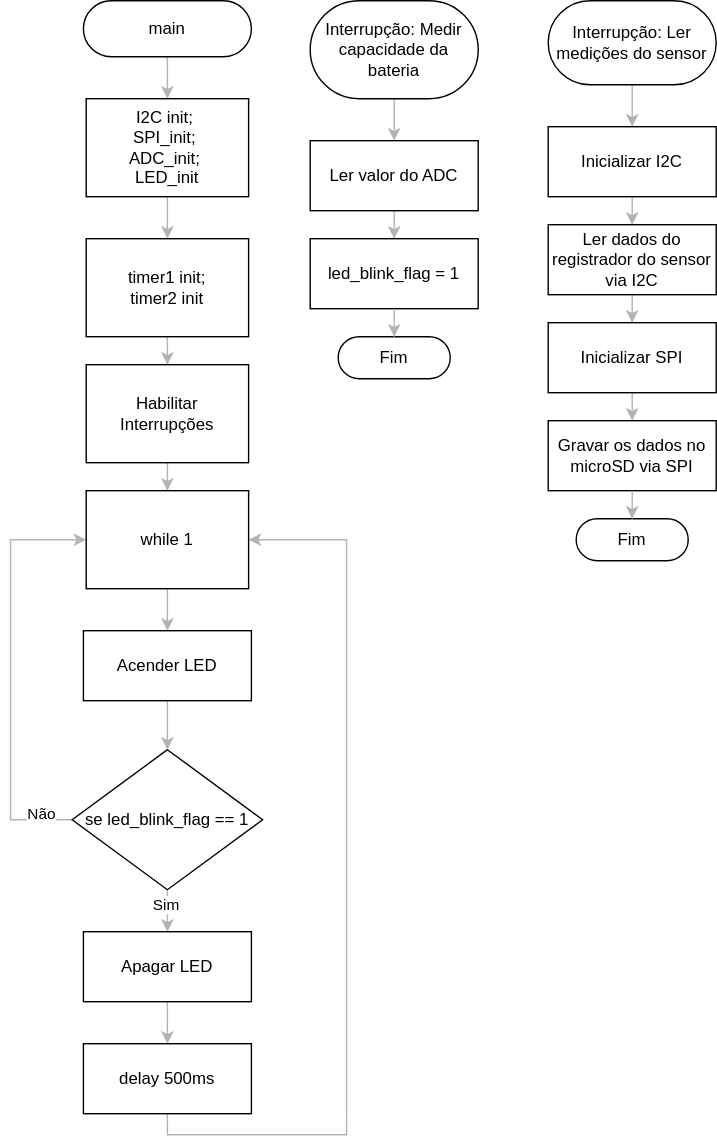
Before: projetos/tennistracker/images/fluxchart_int.svg, a diagram exported from draw.io (teaching-FEEC/ea075-2024.1). Source tidied: cells renumbered, new cells last; positions are measured from the earlier drawing's top-left corner, leaving out a move shared by most shapes.
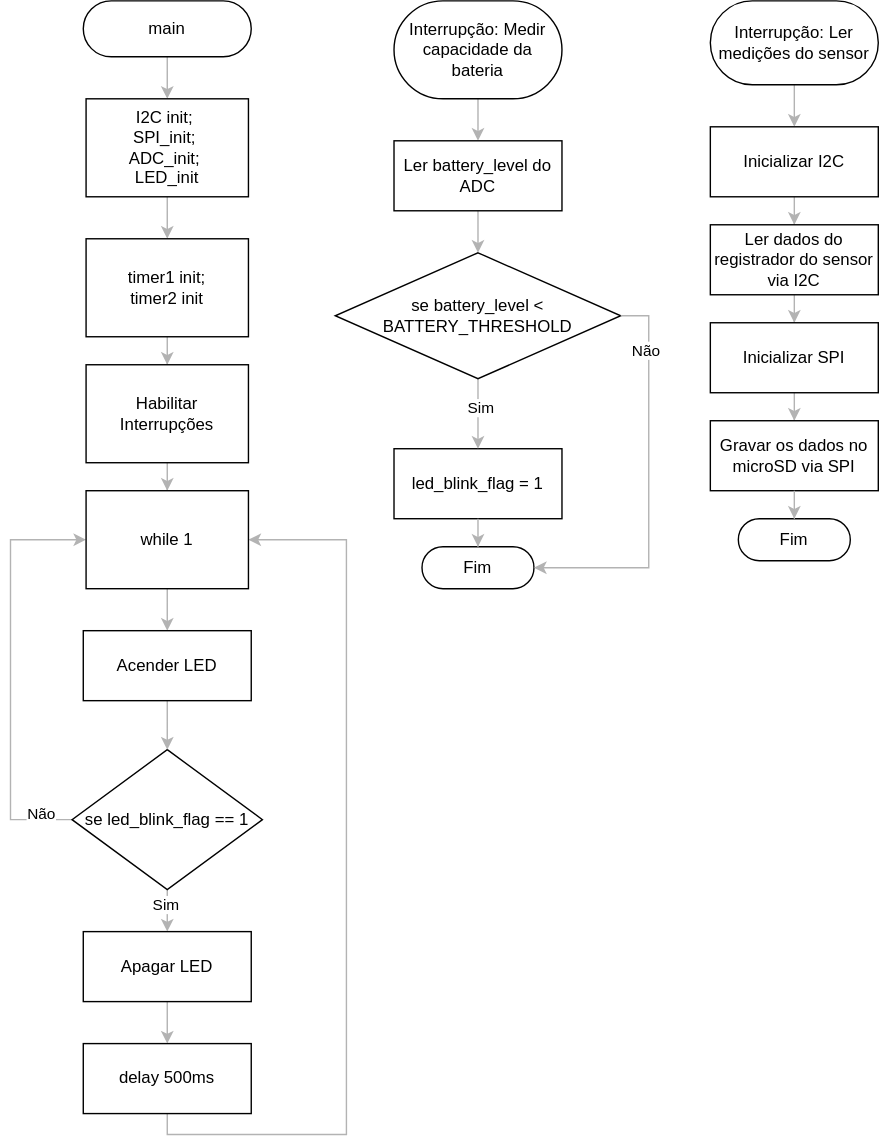
After the commit.

What changed in the source:
```diff
@@ -6,49 +6,49 @@
       <mxGeometry relative="1" as="geometry" />
     </mxCell>
     <mxCell id="3" value="Interrupção: Medir capacidade da bateria" style="html=1;dashed=0;whiteSpace=wrap;shape=mxgraph.dfd.start;" parent="1" vertex="1">
-      <mxGeometry x="214" width="120" height="70" as="geometry" />
+      <mxGeometry x="274" width="120" height="70" as="geometry" />
     </mxCell>
-    <mxCell id="4" style="edgeStyle=orthogonalEdgeStyle;rounded=0;jettySize=auto;html=1;entryX=0.5;entryY=0;entryDx=0;entryDy=0;strokeColor=#B3B3B3;" parent="1" edge="1" source="5" target="6">
-      <mxGeometry relative="1" as="geometry" />
-    </mxCell>
+    <mxCell id="41" style="edgeStyle=orthogonalEdgeStyle;rounded=0;jettySize=auto;html=1;entryX=0.5;entryY=0;entryDx=0;entryDy=0;strokeColor=#B3B3B3;" parent="1" edge="1" source="5" target="44">
+      <mxGeometry relative="1" as="geometry" />
+    </mxCell>
-    <mxCell id="5" value="Ler valor do ADC" style="html=1;dashed=0;whiteSpace=wrap;" parent="1" vertex="1">
-      <mxGeometry x="214" y="100" width="120" height="50" as="geometry" />
+    <mxCell id="5" value="Ler battery_level do ADC" style="html=1;dashed=0;whiteSpace=wrap;" parent="1" vertex="1">
+      <mxGeometry x="274" y="100" width="120" height="50" as="geometry" />
     </mxCell>
     <mxCell id="6" value="led_blink_flag = 1" style="html=1;dashed=0;whiteSpace=wrap;" parent="1" vertex="1">
-      <mxGeometry x="214" y="170" width="120" height="50" as="geometry" />
+      <mxGeometry x="274" y="320" width="120" height="50" as="geometry" />
     </mxCell>
     <mxCell id="7" value="Fim" style="html=1;dashed=0;whiteSpace=wrap;shape=mxgraph.dfd.start;" parent="1" vertex="1">
-      <mxGeometry x="234" y="240" width="80" height="30" as="geometry" />
+      <mxGeometry x="294" y="390" width="80" height="30" as="geometry" />
     </mxCell>
     <mxCell id="8" style="edgeStyle=orthogonalEdgeStyle;rounded=0;jettySize=auto;html=1;entryX=0.5;entryY=0;entryDx=0;entryDy=0;strokeColor=#B3B3B3;" parent="1" edge="1" source="9" target="11">
       <mxGeometry relative="1" as="geometry" />
     </mxCell>
     <mxCell id="9" value="Interrupção: Ler medições do sensor" style="html=1;dashed=0;whiteSpace=wrap;shape=mxgraph.dfd.start;" parent="1" vertex="1">
-      <mxGeometry x="384" width="120" height="60" as="geometry" />
+      <mxGeometry x="500" width="120" height="60" as="geometry" />
     </mxCell>
     <mxCell id="10" style="edgeStyle=orthogonalEdgeStyle;rounded=0;jettySize=auto;html=1;entryX=0.5;entryY=0;entryDx=0;entryDy=0;strokeColor=#B3B3B3;" parent="1" edge="1" source="11" target="13">
       <mxGeometry relative="1" as="geometry" />
     </mxCell>
     <mxCell id="11" value="Inicializar I2C" style="html=1;dashed=0;whiteSpace=wrap;" parent="1" vertex="1">
-      <mxGeometry x="384" y="90" width="120" height="50" as="geometry" />
+      <mxGeometry x="500" y="90" width="120" height="50" as="geometry" />
     </mxCell>
     <mxCell id="12" style="edgeStyle=orthogonalEdgeStyle;rounded=0;jettySize=auto;html=1;entryX=0.5;entryY=0;entryDx=0;entryDy=0;strokeColor=#B3B3B3;" parent="1" edge="1" source="13" target="16">
       <mxGeometry relative="1" as="geometry" />
     </mxCell>
     <mxCell id="13" value="Ler dados do registrador do sensor via I2C" style="html=1;dashed=0;whiteSpace=wrap;" parent="1" vertex="1">
-      <mxGeometry x="384" y="160" width="120" height="50" as="geometry" />
+      <mxGeometry x="500" y="160" width="120" height="50" as="geometry" />
     </mxCell>
     <mxCell id="14" value="Fim" style="html=1;dashed=0;whiteSpace=wrap;shape=mxgraph.dfd.start;" parent="1" vertex="1">
-      <mxGeometry x="404" y="370" width="80" height="30" as="geometry" />
+      <mxGeometry x="520" y="370" width="80" height="30" as="geometry" />
     </mxCell>
     <mxCell id="15" style="edgeStyle=orthogonalEdgeStyle;rounded=0;jettySize=auto;html=1;entryX=0.5;entryY=0;entryDx=0;entryDy=0;strokeColor=#B3B3B3;" parent="1" edge="1" source="16" target="17">
       <mxGeometry relative="1" as="geometry" />
     </mxCell>
     <mxCell id="16" value="Inicializar SPI" style="html=1;dashed=0;whiteSpace=wrap;" parent="1" vertex="1">
-      <mxGeometry x="384" y="230" width="120" height="50" as="geometry" />
+      <mxGeometry x="500" y="230" width="120" height="50" as="geometry" />
     </mxCell>
     <mxCell id="17" value="Gravar os dados no microSD via SPI" style="html=1;dashed=0;whiteSpace=wrap;" parent="1" vertex="1">
-      <mxGeometry x="384" y="300" width="120" height="50" as="geometry" />
+      <mxGeometry x="500" y="300" width="120" height="50" as="geometry" />
     </mxCell>
     <mxCell id="18" style="edgeStyle=orthogonalEdgeStyle;rounded=0;jettySize=auto;html=1;entryX=0.5;entryY=0;entryDx=0;entryDy=0;strokeColor=#B3B3B3;" parent="1" edge="1" source="19" target="32">
       <mxGeometry relative="1" as="geometry" />
@@ -130,5 +130,25 @@
     <mxCell id="40" value="Acender LED" style="html=1;dashed=0;whiteSpace=wrap;" parent="1" vertex="1">
       <mxGeometry x="52" y="450" width="120" height="50" as="geometry" />
     </mxCell>
+    <mxCell id="42" style="edgeStyle=orthogonalEdgeStyle;rounded=0;jettySize=auto;html=1;entryX=0.5;entryY=0;entryDx=0;entryDy=0;strokeColor=#B3B3B3;" parent="1" edge="1" source="44" target="6">
+      <mxGeometry relative="1" as="geometry" />
+    </mxCell>
+    <mxCell id="43" value="Sim" style="edgeLabel;html=1;align=center;verticalAlign=middle;" parent="42" vertex="1">
+      <mxGeometry x="-0.18" y="2" relative="1" as="geometry" />
+    </mxCell>
+    <mxCell id="44" value="se battery_level &amp;lt; BATTERY_THRESHOLD" style="shape=rhombus;html=1;dashed=0;whiteSpace=wrap;perimeter=rhombusPerimeter;" parent="1" vertex="1">
+      <mxGeometry x="232" y="180" width="204" height="90" as="geometry" />
+    </mxCell>
+    <mxCell id="45" style="edgeStyle=orthogonalEdgeStyle;rounded=0;jettySize=auto;html=1;entryX=1;entryY=0.5;entryDx=0;entryDy=0;entryPerimeter=0;strokeColor=#B3B3B3;" parent="1" edge="1" source="44" target="7">
+      <mxGeometry relative="1" as="geometry">
+        <Array as="points">
+          <mxPoint x="456" y="225" />
+          <mxPoint x="456" y="405" />
+        </Array>
+      </mxGeometry>
+    </mxCell>
+    <mxCell id="46" value="Não" style="edgeLabel;html=1;align=center;verticalAlign=middle;" parent="45" vertex="1">
+      <mxGeometry x="-0.69" y="-2" relative="1" as="geometry" />
+    </mxCell>
   </root>
 </mxGraphModel>
```
